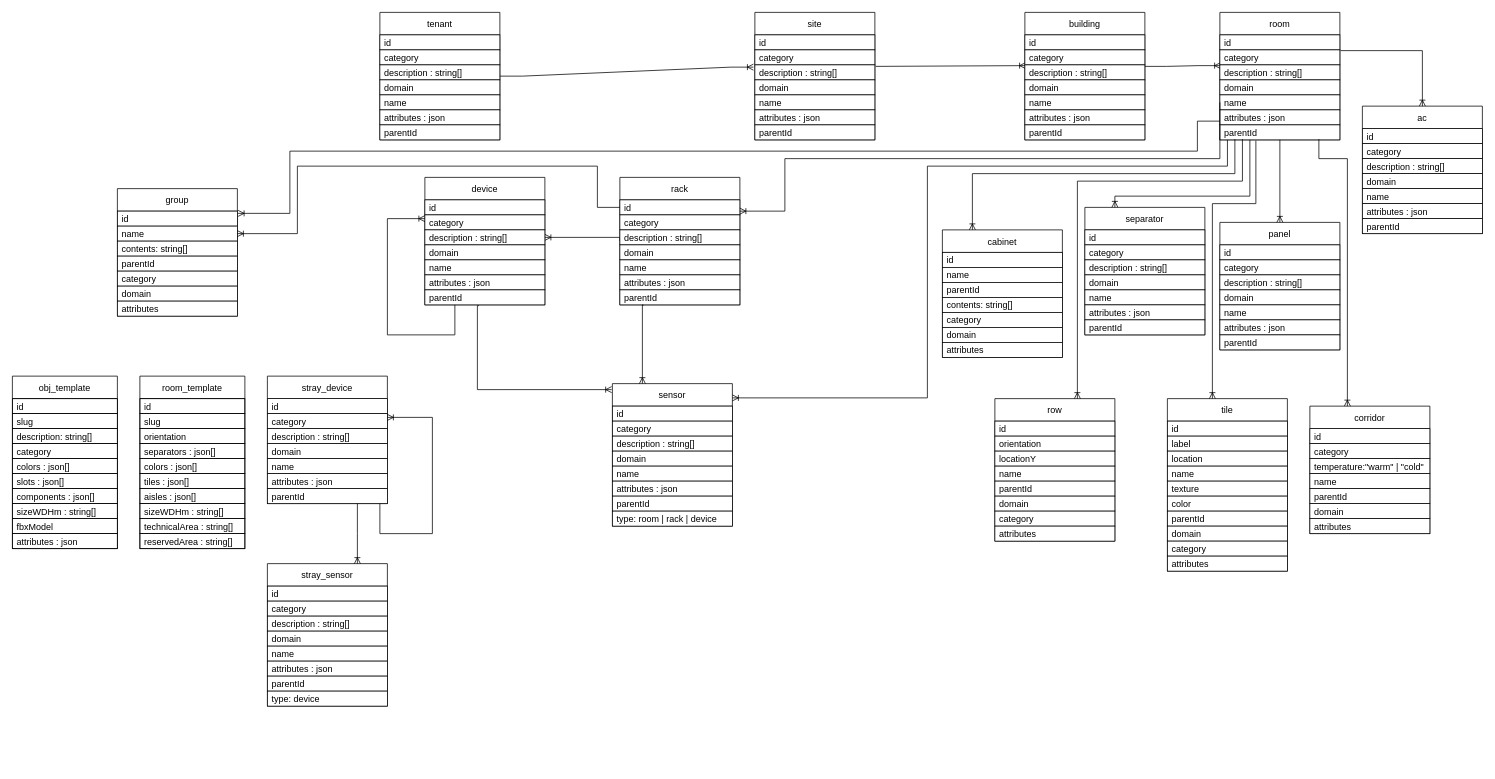
The draw.io diagram resources/diagrams/DB.drawio in ditrit/OGrEE-Core, before the edit. Source tidied: cells renumbered, new cells numbered last; positions are measured from the earlier drawing's top-left corner, leaving out a move shared by most shapes. Both pictures are drawn from the tidied source at 75%, with x=0, y=0 at pixel (12, 12).
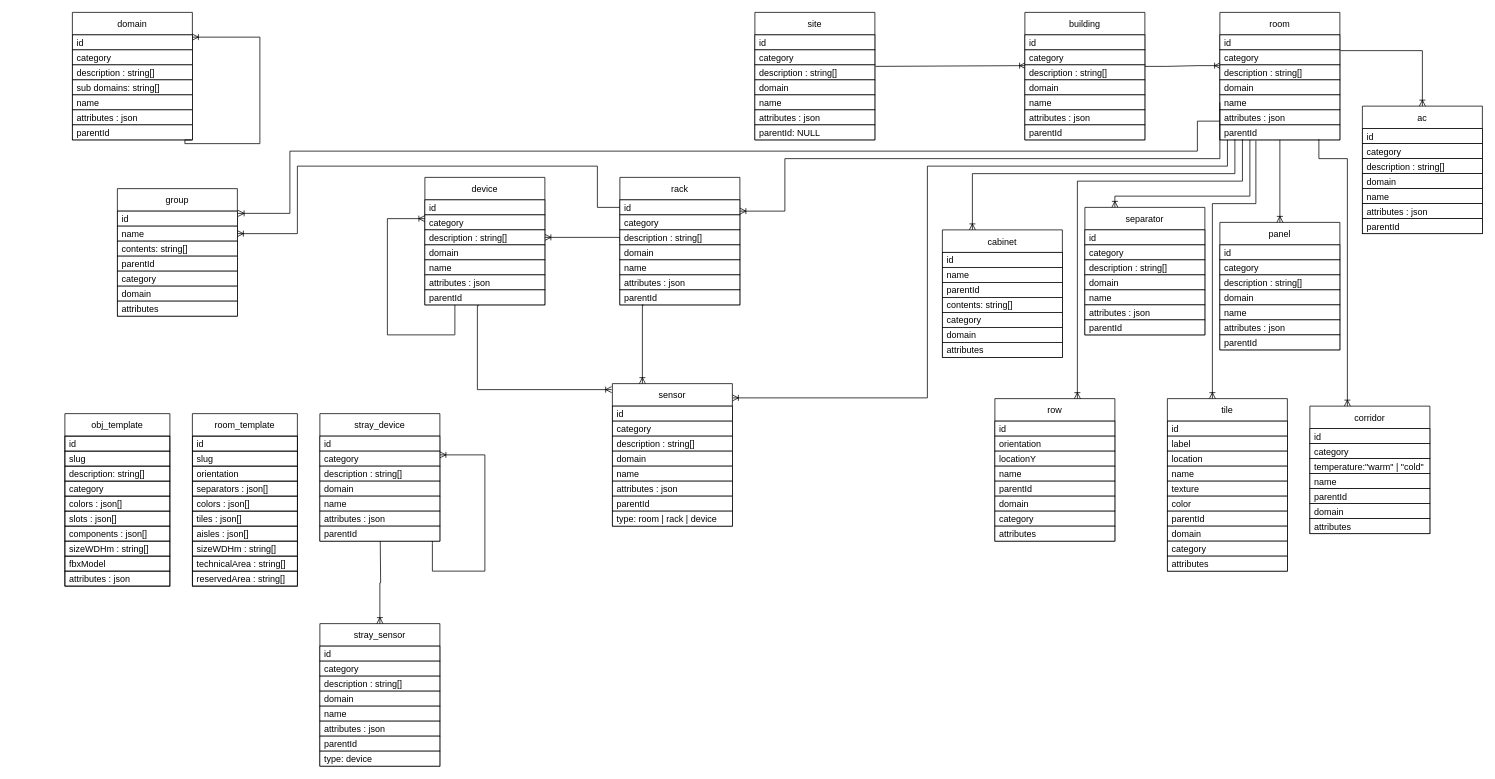
The same diagram, later.

Unchanged cells that the change refers to:
```xml
<mxCell id="3" value="id" style="text;strokeColor=default;fillColor=default;align=left;verticalAlign=middle;spacingLeft=4;spacingRight=4;overflow=hidden;points=[[0,0.5],[1,0.5]];portConstraint=eastwest;fontColor=default;" parent="2" vertex="1">
  <mxGeometry y="30" width="160" height="20" as="geometry" />
</mxCell>
<mxCell id="9" value="parentId" style="text;strokeColor=default;fillColor=default;align=left;verticalAlign=middle;spacingLeft=4;spacingRight=4;overflow=hidden;points=[[0,0.5],[1,0.5]];portConstraint=eastwest;fontColor=default;" parent="2" vertex="1">
  <mxGeometry y="150" width="160" height="20" as="geometry" />
</mxCell>
<mxCell id="24" value="site" style="swimlane;fontStyle=0;horizontal=1;startSize=30;fillColor=default;strokeColor=default;fontColor=default;" parent="1" vertex="1">
  <mxGeometry x="990" width="160" height="170" as="geometry" />
</mxCell>
<mxCell id="27" value="description : string[]" style="text;strokeColor=default;fillColor=default;align=left;verticalAlign=middle;spacingLeft=4;spacingRight=4;overflow=hidden;points=[[0,0.5],[1,0.5]];portConstraint=eastwest;fontColor=default;" parent="24" vertex="1">
  <mxGeometry y="70" width="160" height="20" as="geometry" />
</mxCell>
```

Change to the diagram source:
```diff
@@
-    <mxCell id="2" value="tenant" style="swimlane;fontStyle=0;horizontal=1;startSize=30;fillColor=default;strokeColor=default;fontColor=default;" parent="1" vertex="1">
-      <mxGeometry x="490" width="160" height="170" as="geometry" />
+    <mxCell id="2" value="domain" style="swimlane;fontStyle=0;horizontal=1;startSize=30;fillColor=default;strokeColor=default;fontColor=default;" parent="1" vertex="1">
+      <mxGeometry x="80" width="160" height="170" as="geometry" />
     </mxCell>
@@
-    <mxCell id="6" value="domain" style="text;strokeColor=default;fillColor=default;align=left;verticalAlign=middle;spacingLeft=4;spacingRight=4;overflow=hidden;fontColor=default;" parent="2" vertex="1">
+    <mxCell id="6" value="sub domains: string[]" style="text;strokeColor=default;fillColor=default;align=left;verticalAlign=middle;spacingLeft=4;spacingRight=4;overflow=hidden;fontColor=default;" parent="2" vertex="1">
       <mxGeometry y="90" width="160" height="20" as="geometry" />
     </mxCell>
@@
-    <mxCell id="10" style="endArrow=ERoneToMany;html=1;rounded=0;labelBackgroundColor=default;fontColor=default;strokeColor=default;entryX=-0.012;entryY=0.15;entryDx=0;entryDy=0;exitX=1;exitY=0.5;exitDx=0;exitDy=0;entryPerimeter=0;edgeStyle=entityRelationEdgeStyle;endFill=0;" parent="1" edge="1" source="2" target="27">
-      <mxGeometry relative="1" as="geometry" />
-    </mxCell>
+    <mxCell id="201" style="edgeStyle=orthogonalEdgeStyle;rounded=0;jettySize=auto;html=1;labelBackgroundColor=default;fontColor=default;endArrow=ERoneToMany;endFill=0;strokeColor=default;exitX=0.994;exitY=1;exitDx=0;exitDy=0;exitPerimeter=0;entryX=1;entryY=0.15;entryDx=0;entryDy=0;entryPerimeter=0;" parent="2" edge="1" source="9" target="3">
+      <mxGeometry relative="1" as="geometry">
+        <Array as="points">
+          <mxPoint x="150" y="170" />
+          <mxPoint x="150" y="175" />
+          <mxPoint x="250" y="175" />
+          <mxPoint x="250" y="33" />
+        </Array>
+      </mxGeometry>
+    </mxCell>
@@
     <mxCell id="13" value="room_template" style="swimlane;fontStyle=0;horizontal=1;startSize=30;fontColor=default;strokeColor=default;fillColor=default;" parent="1" vertex="1">
-      <mxGeometry x="170" y="485" width="140" height="230" as="geometry" />
+      <mxGeometry x="240" y="535" width="140" height="230" as="geometry" />
     </mxCell>
@@
-    <mxCell id="31" value="parentId" style="text;strokeColor=default;fillColor=default;align=left;verticalAlign=middle;spacingLeft=4;spacingRight=4;overflow=hidden;fontColor=default;" parent="24" vertex="1">
+    <mxCell id="31" value="parentId: NULL" style="text;strokeColor=default;fillColor=default;align=left;verticalAlign=middle;spacingLeft=4;spacingRight=4;overflow=hidden;fontColor=default;" parent="24" vertex="1">
       <mxGeometry y="150" width="160" height="20" as="geometry" />
     </mxCell>
@@
     <mxCell id="70" value="obj_template" style="swimlane;fontStyle=0;horizontal=1;startSize=30;fontColor=default;strokeColor=default;fillColor=default;" parent="1" vertex="1">
-      <mxGeometry y="485" width="140" height="230" as="geometry" />
+      <mxGeometry x="70" y="535" width="140" height="230" as="geometry" />
     </mxCell>
@@
     <mxCell id="182" value="stray_device" style="swimlane;fontStyle=0;horizontal=1;startSize=30;fillColor=default;strokeColor=default;fontColor=default;" parent="1" vertex="1">
-      <mxGeometry x="340" y="485" width="160" height="170" as="geometry" />
+      <mxGeometry x="410" y="535" width="160" height="170" as="geometry" />
     </mxCell>
@@
     <mxCell id="191" value="stray_sensor" style="swimlane;fontStyle=0;horizontal=1;startSize=30;fillColor=default;strokeColor=default;fontColor=default;" parent="1" vertex="1">
-      <mxGeometry x="340" y="735" width="160" height="190" as="geometry" />
+      <mxGeometry x="410" y="815" width="160" height="190" as="geometry" />
     </mxCell>
@@
-    <mxCell id="200" style="endArrow=ERoneToMany;html=1;rounded=0;labelBackgroundColor=default;fontColor=default;strokeColor=default;edgeStyle=orthogonalEdgeStyle;endFill=0;exitX=0.5;exitY=1;exitDx=0;exitDy=0;entryX=0.75;entryY=0;entryDx=0;entryDy=0;" parent="1" edge="1" target="191">
-      <mxGeometry relative="1" as="geometry">
-        <mxPoint x="460" y="655" as="sourcePoint" />
-        <Array as="points">
-          <mxPoint x="460" y="695" />
-          <mxPoint x="460" y="695" />
-        </Array>
-      </mxGeometry>
-    </mxCell>
+    <mxCell id="202" style="edgeStyle=orthogonalEdgeStyle;rounded=0;jettySize=auto;html=1;entryX=0.5;entryY=0;entryDx=0;entryDy=0;labelBackgroundColor=default;fontColor=default;endArrow=ERoneToMany;endFill=0;strokeColor=default;exitX=0.194;exitY=1.05;exitDx=0;exitDy=0;exitPerimeter=0;" parent="1" edge="1" target="191">
+      <mxGeometry relative="1" as="geometry">
+        <mxPoint x="490.5" y="705" as="sourcePoint" />
+      </mxGeometry>
+    </mxCell>
```
